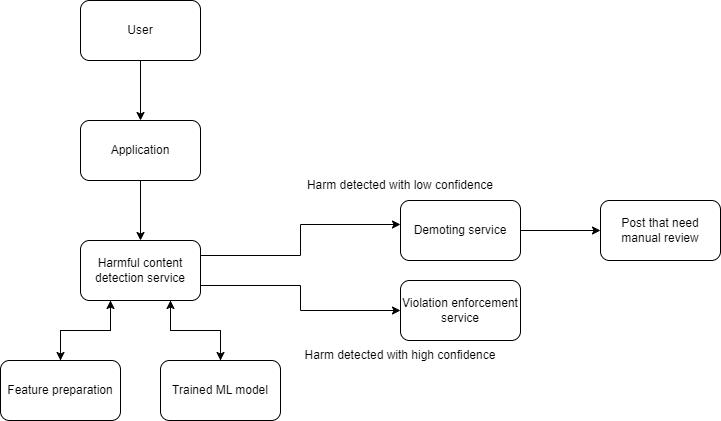
The draw.io diagram machine-learning/image/machine-learning-system-design-1/harmful-content-detection-10.png in riehseun/riehseun.github.io, before a commit. Source tidied: cells renumbered, new cells last; positions are measured from the earlier drawing's top-left corner, leaving out a move shared by most shapes. Its diagram source:
```xml
<mxGraphModel>
  <root>
    <mxCell id="0" />
    <mxCell id="1" parent="0" />
    <mxCell id="2" style="edgeStyle=orthogonalEdgeStyle;rounded=0;jettySize=auto;html=1;exitX=0.5;exitY=1;exitDx=0;exitDy=0;entryX=0.5;entryY=0;entryDx=0;entryDy=0;" parent="1" edge="1" source="3" target="5">
      <mxGeometry relative="1" as="geometry" />
    </mxCell>
    <mxCell id="3" value="User" style="rounded=1;whiteSpace=wrap;html=1;" parent="1" vertex="1">
      <mxGeometry x="80" width="120" height="60" as="geometry" />
    </mxCell>
    <mxCell id="4" style="edgeStyle=orthogonalEdgeStyle;rounded=0;jettySize=auto;html=1;exitX=0.5;exitY=1;exitDx=0;exitDy=0;" parent="1" edge="1" source="5" target="9">
      <mxGeometry relative="1" as="geometry" />
    </mxCell>
    <mxCell id="5" value="Application" style="rounded=1;whiteSpace=wrap;html=1;" parent="1" vertex="1">
      <mxGeometry x="80" y="120" width="120" height="60" as="geometry" />
    </mxCell>
    <mxCell id="6" style="edgeStyle=orthogonalEdgeStyle;rounded=0;jettySize=auto;html=1;exitX=1;exitY=0.75;exitDx=0;exitDy=0;entryX=0;entryY=0.5;entryDx=0;entryDy=0;" parent="1" edge="1" source="9" target="12">
      <mxGeometry relative="1" as="geometry" />
    </mxCell>
    <mxCell id="7" style="edgeStyle=orthogonalEdgeStyle;rounded=0;jettySize=auto;html=1;exitX=0.75;exitY=1;exitDx=0;exitDy=0;" parent="1" edge="1" source="9" target="16">
      <mxGeometry relative="1" as="geometry" />
    </mxCell>
    <mxCell id="8" style="edgeStyle=orthogonalEdgeStyle;rounded=0;jettySize=auto;html=1;exitX=0.25;exitY=1;exitDx=0;exitDy=0;entryX=0.5;entryY=0;entryDx=0;entryDy=0;" parent="1" edge="1" source="9" target="14">
      <mxGeometry relative="1" as="geometry" />
    </mxCell>
    <mxCell id="9" value="Harmful content detection service" style="rounded=1;whiteSpace=wrap;html=1;" parent="1" vertex="1">
      <mxGeometry x="80" y="240" width="120" height="60" as="geometry" />
    </mxCell>
    <mxCell id="10" style="edgeStyle=orthogonalEdgeStyle;rounded=0;jettySize=auto;html=1;exitX=1;exitY=0.5;exitDx=0;exitDy=0;entryX=0;entryY=0.5;entryDx=0;entryDy=0;" parent="1" edge="1" source="11" target="17">
      <mxGeometry relative="1" as="geometry" />
    </mxCell>
    <mxCell id="11" value="Demoting service" style="rounded=1;whiteSpace=wrap;html=1;" parent="1" vertex="1">
      <mxGeometry x="400" y="200" width="120" height="60" as="geometry" />
    </mxCell>
    <mxCell id="12" value="Violation enforcement service" style="rounded=1;whiteSpace=wrap;html=1;" parent="1" vertex="1">
      <mxGeometry x="400" y="280" width="120" height="60" as="geometry" />
    </mxCell>
    <mxCell id="13" style="edgeStyle=orthogonalEdgeStyle;rounded=0;jettySize=auto;html=1;exitX=0.5;exitY=0;exitDx=0;exitDy=0;entryX=0.25;entryY=1;entryDx=0;entryDy=0;" parent="1" edge="1" source="14" target="9">
      <mxGeometry relative="1" as="geometry" />
    </mxCell>
    <mxCell id="14" value="Feature preparation" style="rounded=1;whiteSpace=wrap;html=1;" parent="1" vertex="1">
      <mxGeometry y="360" width="120" height="60" as="geometry" />
    </mxCell>
    <mxCell id="15" style="edgeStyle=orthogonalEdgeStyle;rounded=0;jettySize=auto;html=1;exitX=0.5;exitY=0;exitDx=0;exitDy=0;entryX=0.75;entryY=1;entryDx=0;entryDy=0;" parent="1" edge="1" source="16" target="9">
      <mxGeometry relative="1" as="geometry" />
    </mxCell>
    <mxCell id="16" value="Trained ML model" style="rounded=1;whiteSpace=wrap;html=1;" parent="1" vertex="1">
      <mxGeometry x="160" y="360" width="120" height="60" as="geometry" />
    </mxCell>
    <mxCell id="17" value="Post that need manual review" style="rounded=1;whiteSpace=wrap;html=1;" parent="1" vertex="1">
      <mxGeometry x="600" y="200" width="120" height="60" as="geometry" />
    </mxCell>
    <mxCell id="18" style="edgeStyle=orthogonalEdgeStyle;rounded=0;jettySize=auto;html=1;exitX=1;exitY=0.25;exitDx=0;exitDy=0;entryX=0;entryY=0.4;entryDx=0;entryDy=0;entryPerimeter=0;" parent="1" edge="1" source="9" target="11">
      <mxGeometry relative="1" as="geometry" />
    </mxCell>
    <mxCell id="19" value="Harm detected with low confidence" style="text;html=1;strokeColor=none;fillColor=none;align=center;verticalAlign=middle;whiteSpace=wrap;rounded=0;" parent="1" vertex="1">
      <mxGeometry x="280" y="170" width="240" height="30" as="geometry" />
    </mxCell>
    <mxCell id="20" value="Harm detected with high confidence" style="text;html=1;strokeColor=none;fillColor=none;align=center;verticalAlign=middle;whiteSpace=wrap;rounded=0;" parent="1" vertex="1">
      <mxGeometry x="280" y="340" width="240" height="30" as="geometry" />
    </mxCell>
  </root>
</mxGraphModel>
```
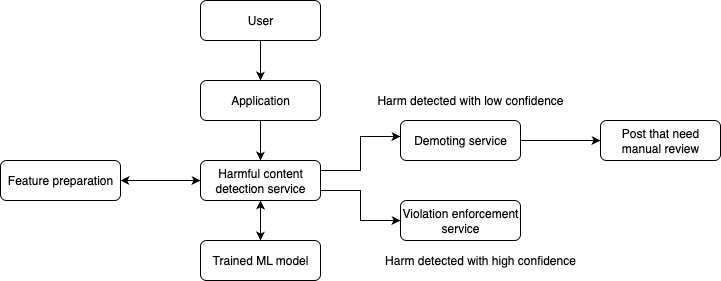
The same file after the commit.

What changed in the source:
```diff
@@ -6,58 +6,60 @@
       <mxGeometry relative="1" as="geometry" />
     </mxCell>
     <mxCell id="3" value="User" style="rounded=1;whiteSpace=wrap;html=1;" parent="1" vertex="1">
-      <mxGeometry x="80" width="120" height="60" as="geometry" />
+      <mxGeometry x="160" width="120" height="40" as="geometry" />
     </mxCell>
     <mxCell id="4" style="edgeStyle=orthogonalEdgeStyle;rounded=0;jettySize=auto;html=1;exitX=0.5;exitY=1;exitDx=0;exitDy=0;" parent="1" edge="1" source="5" target="9">
       <mxGeometry relative="1" as="geometry" />
     </mxCell>
     <mxCell id="5" value="Application" style="rounded=1;whiteSpace=wrap;html=1;" parent="1" vertex="1">
-      <mxGeometry x="80" y="120" width="120" height="60" as="geometry" />
+      <mxGeometry x="160" y="80" width="120" height="40" as="geometry" />
     </mxCell>
     <mxCell id="6" style="edgeStyle=orthogonalEdgeStyle;rounded=0;jettySize=auto;html=1;exitX=1;exitY=0.75;exitDx=0;exitDy=0;entryX=0;entryY=0.5;entryDx=0;entryDy=0;" parent="1" edge="1" source="9" target="12">
       <mxGeometry relative="1" as="geometry" />
     </mxCell>
-    <mxCell id="7" style="edgeStyle=orthogonalEdgeStyle;rounded=0;jettySize=auto;html=1;exitX=0.75;exitY=1;exitDx=0;exitDy=0;" parent="1" edge="1" source="9" target="16">
+    <mxCell id="7" style="edgeStyle=orthogonalEdgeStyle;rounded=0;jettySize=auto;html=1;exitX=0.5;exitY=1;exitDx=0;exitDy=0;entryX=0.5;entryY=0;entryDx=0;entryDy=0;" parent="1" edge="1" source="9" target="16">
       <mxGeometry relative="1" as="geometry" />
     </mxCell>
-    <mxCell id="8" style="edgeStyle=orthogonalEdgeStyle;rounded=0;jettySize=auto;html=1;exitX=0.25;exitY=1;exitDx=0;exitDy=0;entryX=0.5;entryY=0;entryDx=0;entryDy=0;" parent="1" edge="1" source="9" target="14">
-      <mxGeometry relative="1" as="geometry" />
-    </mxCell>
+    <mxCell id="21" style="edgeStyle=orthogonalEdgeStyle;rounded=0;jettySize=auto;html=1;exitX=0;exitY=0.5;exitDx=0;exitDy=0;" parent="1" edge="1" source="9">
+      <mxGeometry relative="1" as="geometry">
+        <mxPoint x="80" y="180" as="targetPoint" />
+      </mxGeometry>
+    </mxCell>
     <mxCell id="9" value="Harmful content detection service" style="rounded=1;whiteSpace=wrap;html=1;" parent="1" vertex="1">
-      <mxGeometry x="80" y="240" width="120" height="60" as="geometry" />
+      <mxGeometry x="160" y="160" width="120" height="40" as="geometry" />
     </mxCell>
     <mxCell id="10" style="edgeStyle=orthogonalEdgeStyle;rounded=0;jettySize=auto;html=1;exitX=1;exitY=0.5;exitDx=0;exitDy=0;entryX=0;entryY=0.5;entryDx=0;entryDy=0;" parent="1" edge="1" source="11" target="17">
       <mxGeometry relative="1" as="geometry" />
     </mxCell>
     <mxCell id="11" value="Demoting service" style="rounded=1;whiteSpace=wrap;html=1;" parent="1" vertex="1">
-      <mxGeometry x="400" y="200" width="120" height="60" as="geometry" />
+      <mxGeometry x="360" y="120" width="120" height="40" as="geometry" />
     </mxCell>
     <mxCell id="12" value="Violation enforcement service" style="rounded=1;whiteSpace=wrap;html=1;" parent="1" vertex="1">
-      <mxGeometry x="400" y="280" width="120" height="60" as="geometry" />
+      <mxGeometry x="360" y="200" width="120" height="40" as="geometry" />
     </mxCell>
-    <mxCell id="13" style="edgeStyle=orthogonalEdgeStyle;rounded=0;jettySize=auto;html=1;exitX=0.5;exitY=0;exitDx=0;exitDy=0;entryX=0.25;entryY=1;entryDx=0;entryDy=0;" parent="1" edge="1" source="14" target="9">
+    <mxCell id="13" style="edgeStyle=orthogonalEdgeStyle;rounded=0;jettySize=auto;html=1;exitX=1;exitY=0.5;exitDx=0;exitDy=0;entryX=0;entryY=0.5;entryDx=0;entryDy=0;" parent="1" edge="1" source="14" target="9">
       <mxGeometry relative="1" as="geometry" />
     </mxCell>
     <mxCell id="14" value="Feature preparation" style="rounded=1;whiteSpace=wrap;html=1;" parent="1" vertex="1">
-      <mxGeometry y="360" width="120" height="60" as="geometry" />
+      <mxGeometry x="-40" y="160" width="120" height="40" as="geometry" />
     </mxCell>
-    <mxCell id="15" style="edgeStyle=orthogonalEdgeStyle;rounded=0;jettySize=auto;html=1;exitX=0.5;exitY=0;exitDx=0;exitDy=0;entryX=0.75;entryY=1;entryDx=0;entryDy=0;" parent="1" edge="1" source="16" target="9">
+    <mxCell id="15" style="edgeStyle=orthogonalEdgeStyle;rounded=0;jettySize=auto;html=1;exitX=0.5;exitY=0;exitDx=0;exitDy=0;entryX=0.5;entryY=1;entryDx=0;entryDy=0;" parent="1" edge="1" source="16" target="9">
       <mxGeometry relative="1" as="geometry" />
     </mxCell>
     <mxCell id="16" value="Trained ML model" style="rounded=1;whiteSpace=wrap;html=1;" parent="1" vertex="1">
-      <mxGeometry x="160" y="360" width="120" height="60" as="geometry" />
+      <mxGeometry x="160" y="240" width="120" height="40" as="geometry" />
     </mxCell>
     <mxCell id="17" value="Post that need manual review" style="rounded=1;whiteSpace=wrap;html=1;" parent="1" vertex="1">
-      <mxGeometry x="600" y="200" width="120" height="60" as="geometry" />
+      <mxGeometry x="560" y="120" width="120" height="40" as="geometry" />
     </mxCell>
     <mxCell id="18" style="edgeStyle=orthogonalEdgeStyle;rounded=0;jettySize=auto;html=1;exitX=1;exitY=0.25;exitDx=0;exitDy=0;entryX=0;entryY=0.4;entryDx=0;entryDy=0;entryPerimeter=0;" parent="1" edge="1" source="9" target="11">
       <mxGeometry relative="1" as="geometry" />
     </mxCell>
     <mxCell id="19" value="Harm detected with low confidence" style="text;html=1;strokeColor=none;fillColor=none;align=center;verticalAlign=middle;whiteSpace=wrap;rounded=0;" parent="1" vertex="1">
-      <mxGeometry x="280" y="170" width="240" height="30" as="geometry" />
+      <mxGeometry x="310" y="85" width="240" height="30" as="geometry" />
     </mxCell>
     <mxCell id="20" value="Harm detected with high confidence" style="text;html=1;strokeColor=none;fillColor=none;align=center;verticalAlign=middle;whiteSpace=wrap;rounded=0;" parent="1" vertex="1">
-      <mxGeometry x="280" y="340" width="240" height="30" as="geometry" />
+      <mxGeometry x="320" y="245" width="240" height="30" as="geometry" />
     </mxCell>
   </root>
 </mxGraphModel>
```
